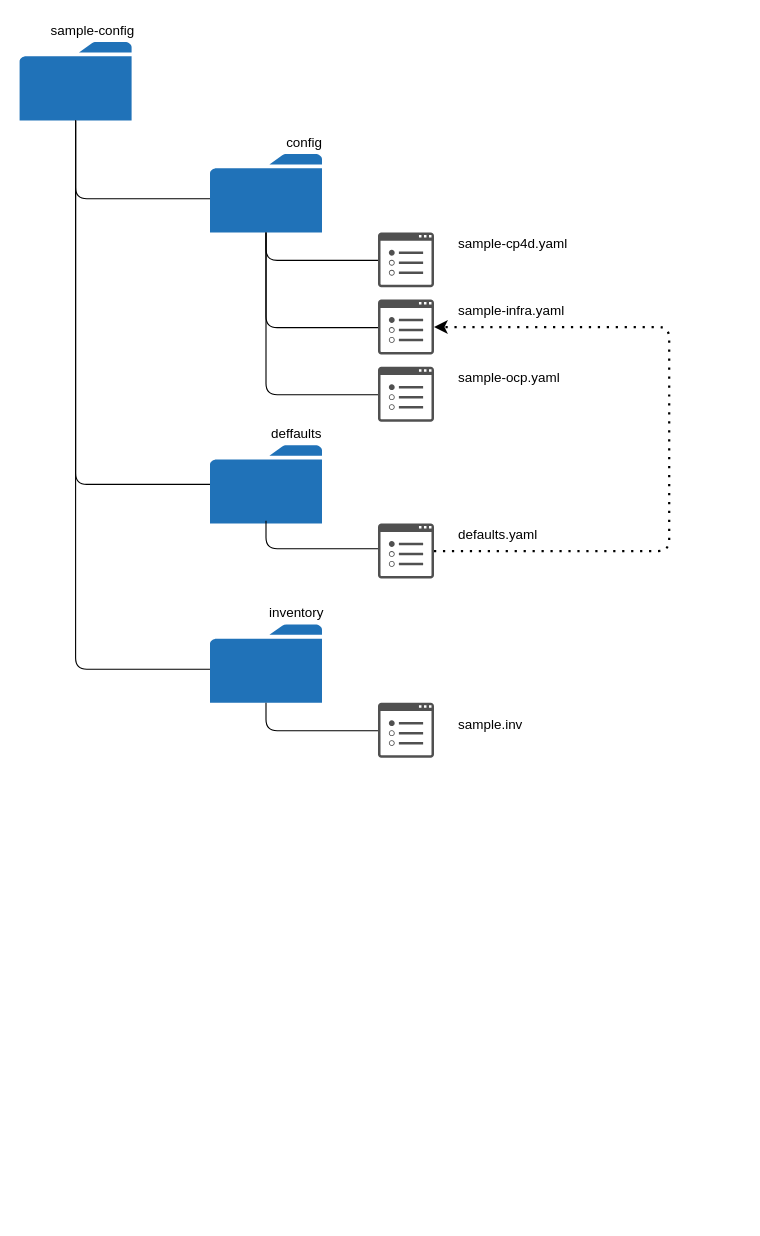
The draw.io diagram doc/src/pages/cp-deploy/configure/directory-structure.drawio in IBM/cloud-pak-deployer, before the edit. Source tidied: cells renumbered, new cells numbered last; positions are measured from the earlier drawing's top-left corner, leaving out a move shared by most shapes. Both pictures are drawn from the tidied source at 112%, with x=0, y=0 at pixel (19, 19).
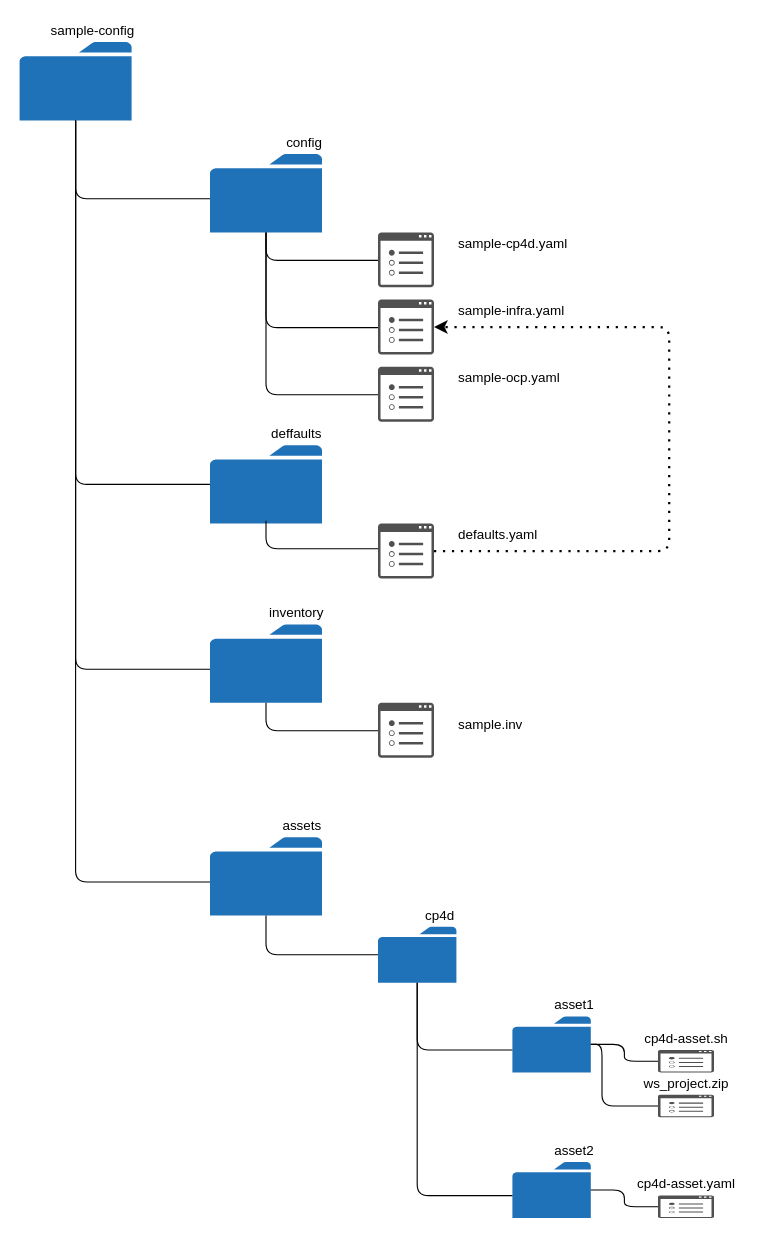
The same diagram, later.

Commit message (it also covers changes not shown here):
Deploy assets

The change refers to these unchanged cells:
```xml
<mxCell id="2" style="sketch=0;shadow=0;dashed=0;html=1;strokeColor=none;labelPosition=center;verticalLabelPosition=bottom;verticalAlign=top;outlineConnect=0;align=center;shape=mxgraph.office.concepts.folder;fillColor=#2072B8;" parent="1" vertex="1">
  <mxGeometry y="20" width="100" height="70" as="geometry" />
</mxCell>
```

Change to the diagram source:
```diff
@@
+    <mxCell id="29" style="sketch=0;shadow=0;dashed=0;html=1;strokeColor=none;labelPosition=center;verticalLabelPosition=bottom;verticalAlign=top;outlineConnect=0;align=center;shape=mxgraph.office.concepts.folder;fillColor=#2072B8;" parent="1" vertex="1">
+      <mxGeometry x="170" y="730" width="100" height="70" as="geometry" />
+    </mxCell>
+    <mxCell id="30" style="endArrow=none;html=1;edgeStyle=orthogonalEdgeStyle;" parent="1" edge="1" source="2" target="29">
+      <mxGeometry relative="1" as="geometry">
+        <Array as="points">
+          <mxPoint x="50" y="770" />
+        </Array>
+      </mxGeometry>
+    </mxCell>
+    <mxCell id="31" value="assets" style="text;html=1;align=center;verticalAlign=middle;fillColor=none;strokeColor=none;rounded=0;" parent="1" vertex="1">
+      <mxGeometry x="227" y="710" width="50" height="20" as="geometry" />
+    </mxCell>
+    <mxCell id="32" style="sketch=0;shadow=0;dashed=0;html=1;strokeColor=none;labelPosition=center;verticalLabelPosition=bottom;verticalAlign=top;outlineConnect=0;align=center;shape=mxgraph.office.concepts.folder;fillColor=#2072B8;" parent="1" vertex="1">
+      <mxGeometry x="320" y="810" width="70" height="50" as="geometry" />
+    </mxCell>
+    <mxCell id="33" value="cp4d" style="text;html=1;align=center;verticalAlign=middle;fillColor=none;strokeColor=none;rounded=0;" parent="1" vertex="1">
+      <mxGeometry x="355" y="790" width="40" height="20" as="geometry" />
+    </mxCell>
+    <mxCell id="34" style="sketch=0;shadow=0;dashed=0;html=1;strokeColor=none;labelPosition=center;verticalLabelPosition=bottom;verticalAlign=top;outlineConnect=0;align=center;shape=mxgraph.office.concepts.folder;fillColor=#2072B8;" parent="1" vertex="1">
+      <mxGeometry x="440" y="890" width="70" height="50" as="geometry" />
+    </mxCell>
+    <mxCell id="35" style="sketch=0;shadow=0;dashed=0;html=1;strokeColor=none;labelPosition=center;verticalLabelPosition=bottom;verticalAlign=top;outlineConnect=0;align=center;shape=mxgraph.office.concepts.folder;fillColor=#2072B8;" parent="1" vertex="1">
+      <mxGeometry x="440" y="1020" width="70" height="50" as="geometry" />
+    </mxCell>
+    <mxCell id="36" value="asset1" style="text;html=1;align=center;verticalAlign=middle;fillColor=none;strokeColor=none;rounded=0;" parent="1" vertex="1">
+      <mxGeometry x="470" y="870" width="50" height="20" as="geometry" />
+    </mxCell>
+    <mxCell id="37" value="asset2" style="text;html=1;align=center;verticalAlign=middle;fillColor=none;strokeColor=none;rounded=0;" parent="1" vertex="1">
+      <mxGeometry x="470" y="1000" width="50" height="20" as="geometry" />
+    </mxCell>
+    <mxCell id="38" style="sketch=0;shadow=0;dashed=0;html=1;strokeColor=none;fillColor=#505050;labelPosition=center;verticalLabelPosition=bottom;verticalAlign=top;outlineConnect=0;align=center;shape=mxgraph.office.concepts.properties;" parent="1" vertex="1">
+      <mxGeometry x="570" y="920" width="50" height="20" as="geometry" />
+    </mxCell>
+    <mxCell id="39" style="sketch=0;shadow=0;dashed=0;html=1;strokeColor=none;fillColor=#505050;labelPosition=center;verticalLabelPosition=bottom;verticalAlign=top;outlineConnect=0;align=center;shape=mxgraph.office.concepts.properties;" parent="1" vertex="1">
+      <mxGeometry x="570" y="1050" width="50" height="20" as="geometry" />
+    </mxCell>
+    <mxCell id="40" value="cp4d-asset.sh" style="text;html=1;align=center;verticalAlign=middle;fillColor=none;strokeColor=none;rounded=0;" parent="1" vertex="1">
+      <mxGeometry x="550" y="900" width="90" height="20" as="geometry" />
+    </mxCell>
+    <mxCell id="41" value="cp4d-asset.yaml" style="text;html=1;align=center;verticalAlign=middle;fillColor=none;strokeColor=none;rounded=0;" parent="1" vertex="1">
+      <mxGeometry x="545" y="1030" width="100" height="20" as="geometry" />
+    </mxCell>
+    <mxCell id="42" style="endArrow=none;html=1;edgeStyle=orthogonalEdgeStyle;" parent="1" edge="1" source="29" target="32">
+      <mxGeometry relative="1" as="geometry">
+        <Array as="points">
+          <mxPoint x="220" y="835" />
+        </Array>
+      </mxGeometry>
+    </mxCell>
+    <mxCell id="43" style="endArrow=none;html=1;edgeStyle=orthogonalEdgeStyle;" parent="1" edge="1" source="32" target="34">
+      <mxGeometry relative="1" as="geometry">
+        <Array as="points">
+          <mxPoint x="355" y="920" />
+        </Array>
+      </mxGeometry>
+    </mxCell>
+    <mxCell id="44" style="endArrow=none;html=1;edgeStyle=orthogonalEdgeStyle;" parent="1" edge="1" source="32" target="35">
+      <mxGeometry relative="1" as="geometry">
+        <Array as="points">
+          <mxPoint x="355" y="1050" />
+        </Array>
+      </mxGeometry>
+    </mxCell>
+    <mxCell id="45" style="endArrow=none;html=1;edgeStyle=orthogonalEdgeStyle;" parent="1" edge="1" source="34" target="38">
+      <mxGeometry relative="1" as="geometry" />
+    </mxCell>
+    <mxCell id="46" style="endArrow=none;html=1;edgeStyle=orthogonalEdgeStyle;" parent="1" edge="1" source="35" target="39">
+      <mxGeometry relative="1" as="geometry" />
+    </mxCell>
+    <mxCell id="47" style="sketch=0;shadow=0;dashed=0;html=1;strokeColor=none;fillColor=#505050;labelPosition=center;verticalLabelPosition=bottom;verticalAlign=top;outlineConnect=0;align=center;shape=mxgraph.office.concepts.properties;" parent="1" vertex="1">
+      <mxGeometry x="570" y="960" width="50" height="20" as="geometry" />
+    </mxCell>
+    <mxCell id="48" value="ws_project.zip" style="text;html=1;align=center;verticalAlign=middle;fillColor=none;strokeColor=none;rounded=0;" parent="1" vertex="1">
+      <mxGeometry x="550" y="940" width="90" height="20" as="geometry" />
+    </mxCell>
+    <mxCell id="49" style="endArrow=none;html=1;edgeStyle=orthogonalEdgeStyle;" parent="1" edge="1" source="34" target="47">
+      <mxGeometry relative="1" as="geometry">
+        <Array as="points">
+          <mxPoint x="520" y="915" />
+          <mxPoint x="520" y="970" />
+        </Array>
+      </mxGeometry>
+    </mxCell>
```
